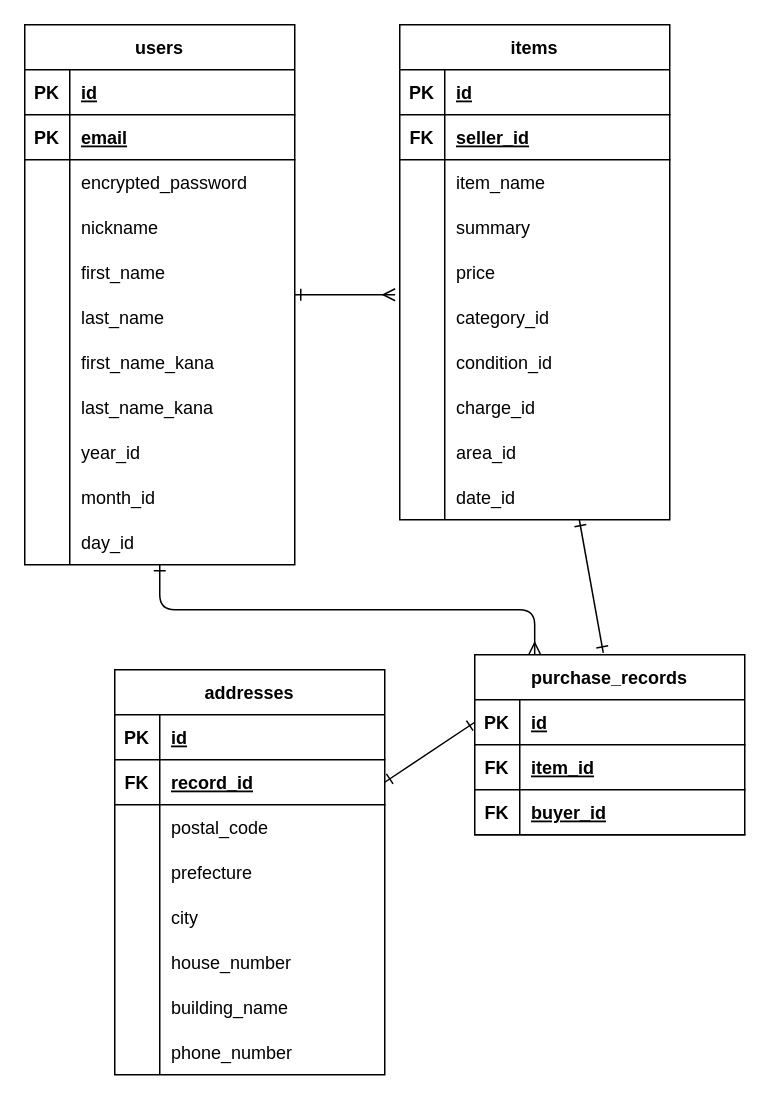
Before: database.dio in nikuman-610/furima-41637, a draw.io diagram. Source tidied: cells renumbered, new cells numbered last; positions are measured from the earlier drawing's top-left corner, leaving out a move shared by most shapes. Both pictures are drawn from the tidied source at 150%, with x=0, y=0 at pixel (24, 24).
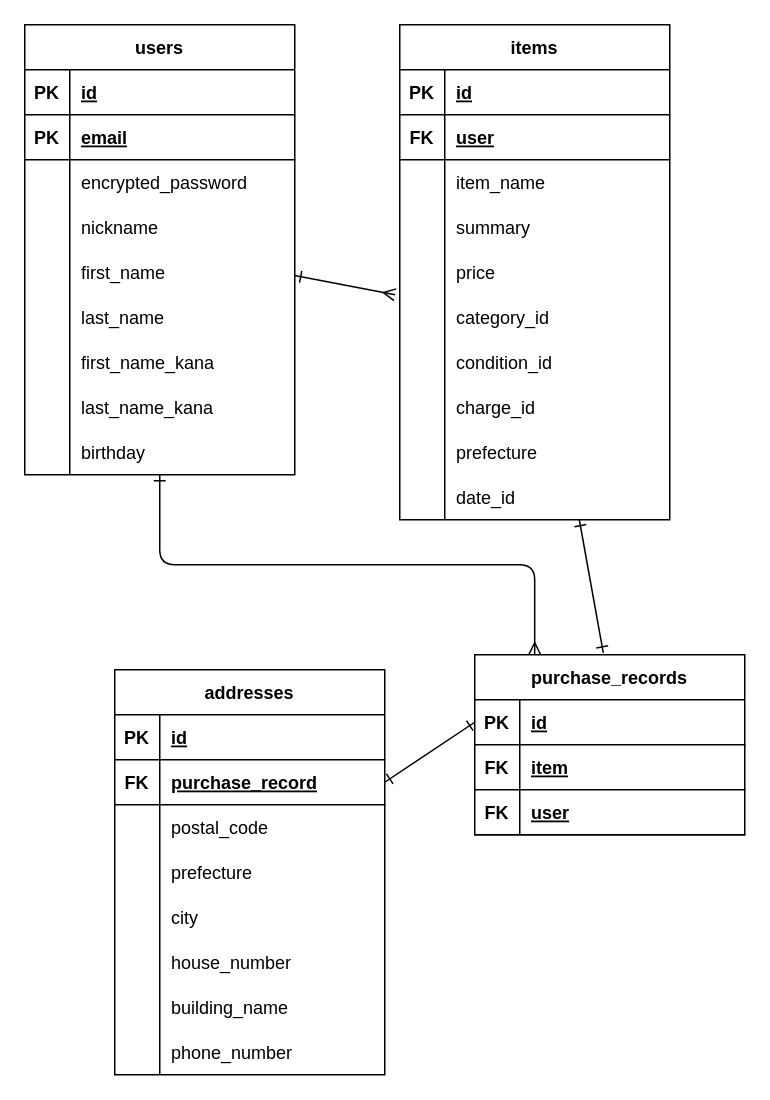
The same diagram, later.

Commit message (it also covers changes not shown here):
データベース設計_修正

Unchanged cells that the change refers to:
```xml
<mxCell id="29" style="shape=tableRow;horizontal=0;startSize=0;swimlaneHead=0;swimlaneBody=0;fillColor=none;top=0;left=0;right=0;bottom=0;" parent="4" vertex="1">
  <mxGeometry y="270" width="180" height="30" as="geometry" />
</mxCell>
<mxCell id="42" style="shape=tableRow;horizontal=0;startSize=0;swimlaneHead=0;swimlaneBody=0;fillColor=none;top=0;left=0;right=0;bottom=1;" parent="38" vertex="1">
  <mxGeometry y="60" width="180" height="30" as="geometry" />
</mxCell>
<mxCell id="45" style="shape=tableRow;horizontal=0;startSize=0;swimlaneHead=0;swimlaneBody=0;fillColor=none;top=0;left=0;right=0;bottom=1;" parent="38" vertex="1">
  <mxGeometry y="90" width="180" height="30" as="geometry" />
</mxCell>
<mxCell id="53" style="shape=tableRow;horizontal=0;startSize=0;swimlaneHead=0;swimlaneBody=0;fillColor=none;top=0;left=0;right=0;bottom=1;" parent="49" vertex="1">
  <mxGeometry y="60" width="180" height="30" as="geometry" />
</mxCell>
<mxCell id="74" style="shape=tableRow;horizontal=0;startSize=0;swimlaneHead=0;swimlaneBody=0;fillColor=none;top=0;left=0;right=0;bottom=0;" parent="49" vertex="1">
  <mxGeometry y="270" width="180" height="30" as="geometry" />
</mxCell>
<mxCell id="86" style="shape=tableRow;horizontal=0;startSize=0;swimlaneHead=0;swimlaneBody=0;fillColor=none;top=0;left=0;right=0;bottom=1;" parent="82" vertex="1">
  <mxGeometry y="60" width="180" height="30" as="geometry" />
</mxCell>
```

Diff of the diagram source:
```diff
@@
     <mxCell id="4" value="users" style="shape=table;startSize=30;childLayout=tableLayout;rowLines=0;fontStyle=1;align=center;" parent="1" vertex="1">
-      <mxGeometry width="180" height="360" as="geometry" />
+      <mxGeometry width="180" height="300" as="geometry" />
     </mxCell>
@@
-    <mxCell id="31" value="year_id" style="shape=partialRectangle;fillColor=none;top=0;left=0;bottom=0;right=0;align=left;spacingLeft=6;overflow=hidden;" parent="29" vertex="1">
+    <mxCell id="31" value="birthday" style="shape=partialRectangle;fillColor=none;top=0;left=0;bottom=0;right=0;align=left;spacingLeft=6;overflow=hidden;" parent="29" vertex="1">
       <mxGeometry x="30" width="150" height="30" as="geometry" />
     </mxCell>
-    <mxCell id="32" style="shape=tableRow;horizontal=0;startSize=0;swimlaneHead=0;swimlaneBody=0;fillColor=none;top=0;left=0;right=0;bottom=0;" parent="4" vertex="1">
-      <mxGeometry y="300" width="180" height="30" as="geometry" />
-    </mxCell>
-    <mxCell id="33" style="shape=partialRectangle;fillColor=none;top=0;left=0;bottom=0;right=0;overflow=hidden;" parent="32" vertex="1">
-      <mxGeometry width="30" height="30" as="geometry" />
-    </mxCell>
-    <mxCell id="34" value="month_id" style="shape=partialRectangle;fillColor=none;top=0;left=0;bottom=0;right=0;align=left;spacingLeft=6;overflow=hidden;" parent="32" vertex="1">
-      <mxGeometry x="30" width="150" height="30" as="geometry" />
-    </mxCell>
-    <mxCell id="35" style="shape=tableRow;horizontal=0;startSize=0;swimlaneHead=0;swimlaneBody=0;fillColor=none;top=0;left=0;right=0;bottom=0;" parent="4" vertex="1">
-      <mxGeometry y="330" width="180" height="30" as="geometry" />
-    </mxCell>
-    <mxCell id="36" style="shape=partialRectangle;fillColor=none;top=0;left=0;bottom=0;right=0;overflow=hidden;" parent="35" vertex="1">
-      <mxGeometry width="30" height="30" as="geometry" />
-    </mxCell>
-    <mxCell id="37" value="day_id" style="shape=partialRectangle;fillColor=none;top=0;left=0;bottom=0;right=0;align=left;spacingLeft=6;overflow=hidden;" parent="35" vertex="1">
-      <mxGeometry x="30" width="150" height="30" as="geometry" />
-    </mxCell>
@@
-    <mxCell id="44" value="item_id" style="shape=partialRectangle;fillColor=none;top=0;left=0;bottom=0;right=0;align=left;spacingLeft=6;fontStyle=5;overflow=hidden;" parent="42" vertex="1">
+    <mxCell id="44" value="item" style="shape=partialRectangle;fillColor=none;top=0;left=0;bottom=0;right=0;align=left;spacingLeft=6;fontStyle=5;overflow=hidden;" parent="42" vertex="1">
       <mxGeometry x="30" width="150" height="30" as="geometry" />
     </mxCell>
@@
-    <mxCell id="47" value="buyer_id" style="shape=partialRectangle;fillColor=none;top=0;left=0;bottom=0;right=0;align=left;spacingLeft=6;fontStyle=5;overflow=hidden;" parent="45" vertex="1">
+    <mxCell id="47" value="user" style="shape=partialRectangle;fillColor=none;top=0;left=0;bottom=0;right=0;align=left;spacingLeft=6;fontStyle=5;overflow=hidden;" parent="45" vertex="1">
       <mxGeometry x="30" width="150" height="30" as="geometry" />
     </mxCell>
@@
-    <mxCell id="55" value="seller_id" style="shape=partialRectangle;fillColor=none;top=0;left=0;bottom=0;right=0;align=left;spacingLeft=6;fontStyle=5;overflow=hidden;" parent="53" vertex="1">
+    <mxCell id="55" value="user" style="shape=partialRectangle;fillColor=none;top=0;left=0;bottom=0;right=0;align=left;spacingLeft=6;fontStyle=5;overflow=hidden;" parent="53" vertex="1">
       <mxGeometry x="30" width="150" height="30" as="geometry" />
     </mxCell>
@@
-    <mxCell id="76" value="area_id" style="shape=partialRectangle;fillColor=none;top=0;left=0;bottom=0;right=0;align=left;spacingLeft=6;overflow=hidden;" parent="74" vertex="1">
+    <mxCell id="76" value="prefecture" style="shape=partialRectangle;fillColor=none;top=0;left=0;bottom=0;right=0;align=left;spacingLeft=6;overflow=hidden;" parent="74" vertex="1">
       <mxGeometry x="30" width="150" height="30" as="geometry" />
     </mxCell>
@@
-    <mxCell id="88" value="record_id" style="shape=partialRectangle;fillColor=none;top=0;left=0;bottom=0;right=0;align=left;spacingLeft=6;fontStyle=5;overflow=hidden;" parent="86" vertex="1">
+    <mxCell id="88" value="purchase_record" style="shape=partialRectangle;fillColor=none;top=0;left=0;bottom=0;right=0;align=left;spacingLeft=6;fontStyle=5;overflow=hidden;" parent="86" vertex="1">
       <mxGeometry x="30" width="150" height="30" as="geometry" />
     </mxCell>
```
